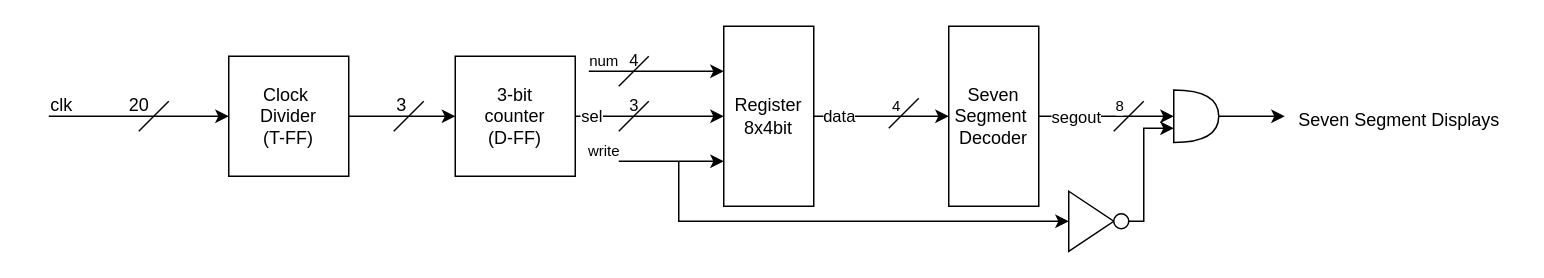
Above: SevenSegmentSeq.drawio in abubakar-lgtm/DSD_2023_Abubakar (draw.io), before the change. Source tidied: cells renumbered, new cells numbered last; positions are measured from the earlier drawing's top-left corner, leaving out a move shared by most shapes. Both pictures are drawn from the tidied source at 150%, with x=0, y=0 at pixel (33, 26).
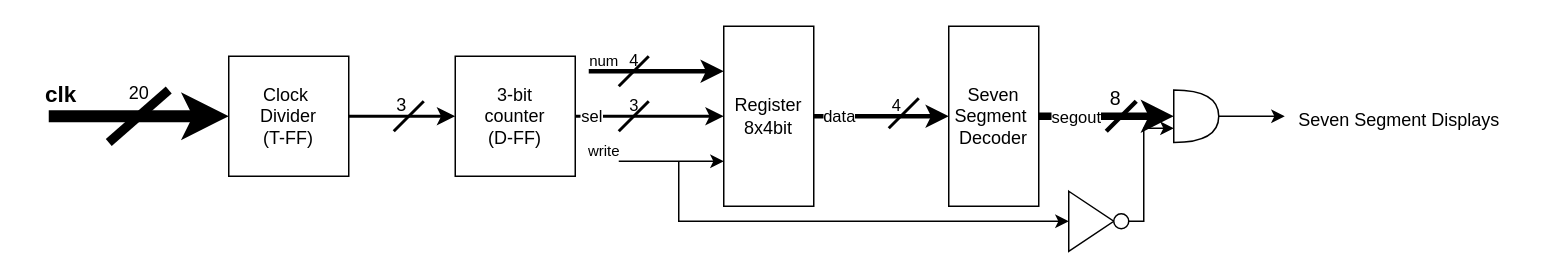
Above is the later version.

Unchanged cells that the change refers to:
```xml
<mxCell id="3" value="Clock&amp;nbsp;&lt;div&gt;Divider&lt;/div&gt;&lt;div&gt;(T-FF)&lt;/div&gt;" style="whiteSpace=wrap;html=1;" parent="1" vertex="1">
  <mxGeometry x="130" y="20" width="80" height="80" as="geometry" />
</mxCell>
<mxCell id="8" value="3-bit&lt;div&gt;counter&lt;/div&gt;&lt;div&gt;(D-FF)&lt;/div&gt;" style="whiteSpace=wrap;html=1;" parent="1" vertex="1">
  <mxGeometry x="281" y="20" width="80" height="80" as="geometry" />
</mxCell>
<mxCell id="11" value="Register&lt;div&gt;8x4bit&lt;/div&gt;" style="rounded=0;whiteSpace=wrap;html=1;direction=south;" parent="1" vertex="1">
  <mxGeometry x="460" width="60" height="120" as="geometry" />
</mxCell>
<mxCell id="26" value="Seven Segment&amp;nbsp;&lt;div&gt;Decoder&lt;/div&gt;" style="rounded=0;whiteSpace=wrap;html=1;direction=south;" parent="1" vertex="1">
  <mxGeometry x="610" width="60" height="120" as="geometry" />
</mxCell>
<mxCell id="33" style="shape=or;whiteSpace=wrap;html=1;" parent="1" vertex="1">
  <mxGeometry x="760" y="42.5" width="30" height="35" as="geometry" />
</mxCell>
```

The edit, as a diff of the source:
```diff
@@
-    <mxCell id="2" style="edgeStyle=orthogonalEdgeStyle;rounded=0;jettySize=auto;html=1;entryX=0;entryY=0.5;entryDx=0;entryDy=0;" parent="1" edge="1" source="3" target="8">
+    <mxCell id="2" style="edgeStyle=orthogonalEdgeStyle;rounded=0;jettySize=auto;html=1;entryX=0;entryY=0.5;entryDx=0;entryDy=0;strokeWidth=2;" parent="1" edge="1" source="3" target="8">
       <mxGeometry relative="1" as="geometry" />
     </mxCell>
@@
-    <mxCell id="4" style="endArrow=classic;html=1;rounded=0;entryX=0;entryY=0.5;entryDx=0;entryDy=0;" parent="1" edge="1" target="3">
+    <mxCell id="4" style="endArrow=classic;html=1;rounded=0;entryX=0;entryY=0.5;entryDx=0;entryDy=0;strokeWidth=8;" parent="1" edge="1" target="3">
       <mxGeometry relative="1" as="geometry">
         <mxPoint x="10" y="60" as="sourcePoint" />
       </mxGeometry>
     </mxCell>
-    <mxCell id="5" value="clk&amp;nbsp;" style="text;html=1;align=center;verticalAlign=middle;strokeColor=none;fillColor=none;" parent="1" vertex="1">
-      <mxGeometry y="38" width="40" height="30" as="geometry" />
+    <mxCell id="5" value="&lt;b&gt;&lt;font style=&quot;font-size: 15px;&quot;&gt;clk&amp;nbsp;&lt;/font&gt;&lt;/b&gt;" style="text;html=1;align=center;verticalAlign=middle;strokeColor=none;fillColor=none;" parent="1" vertex="1">
+      <mxGeometry x="-5" y="30" width="50" height="30" as="geometry" />
     </mxCell>
-    <mxCell id="6" style="edgeStyle=orthogonalEdgeStyle;rounded=0;jettySize=auto;html=1;entryX=0.5;entryY=1;entryDx=0;entryDy=0;" parent="1" edge="1" source="8" target="11">
+    <mxCell id="6" style="edgeStyle=orthogonalEdgeStyle;rounded=0;jettySize=auto;html=1;entryX=0.5;entryY=1;entryDx=0;entryDy=0;strokeWidth=2;" parent="1" edge="1" source="8" target="11">
       <mxGeometry relative="1" as="geometry" />
     </mxCell>
@@
-    <mxCell id="9" style="edgeStyle=orthogonalEdgeStyle;rounded=0;jettySize=auto;html=1;entryX=0.5;entryY=1;entryDx=0;entryDy=0;" parent="1" edge="1" source="11" target="26">
+    <mxCell id="9" style="edgeStyle=orthogonalEdgeStyle;rounded=0;jettySize=auto;html=1;entryX=0.5;entryY=1;entryDx=0;entryDy=0;strokeWidth=3;" parent="1" edge="1" source="11" target="26">
       <mxGeometry relative="1" as="geometry" />
     </mxCell>
@@
-    <mxCell id="12" style="endArrow=none;html=1;rounded=0;" parent="1" edge="1">
+    <mxCell id="12" style="endArrow=none;html=1;rounded=0;strokeWidth=6;" parent="1" edge="1">
       <mxGeometry relative="1" as="geometry">
-        <mxPoint x="90" y="50" as="sourcePoint" />
-        <mxPoint x="70" y="70" as="targetPoint" />
+        <mxPoint x="90" y="42.5" as="sourcePoint" />
+        <mxPoint x="50" y="77.5" as="targetPoint" />
       </mxGeometry>
     </mxCell>
     <mxCell id="13" value="20" style="text;html=1;align=center;verticalAlign=middle;strokeColor=none;fillColor=none;" parent="1" vertex="1">
-      <mxGeometry x="50" y="38" width="40" height="30" as="geometry" />
+      <mxGeometry x="50" y="30" width="40" height="30" as="geometry" />
     </mxCell>
-    <mxCell id="14" style="endArrow=none;html=1;rounded=0;" parent="1" edge="1">
+    <mxCell id="14" style="endArrow=none;html=1;rounded=0;strokeWidth=2;" parent="1" edge="1">
       <mxGeometry relative="1" as="geometry">
         <mxPoint x="260" y="50" as="sourcePoint" />
         <mxPoint x="240" y="70" as="targetPoint" />
       </mxGeometry>
     </mxCell>
@@
-    <mxCell id="18" style="endArrow=classic;html=1;rounded=0;entryX=0.25;entryY=1;entryDx=0;entryDy=0;" parent="1" edge="1" target="11">
+    <mxCell id="18" style="endArrow=classic;html=1;rounded=0;entryX=0.25;entryY=1;entryDx=0;entryDy=0;strokeWidth=3;" parent="1" edge="1" target="11">
       <mxGeometry relative="1" as="geometry">
         <mxPoint x="370" y="30" as="sourcePoint" />
       </mxGeometry>
     </mxCell>
-    <mxCell id="19" style="endArrow=none;html=1;rounded=0;" parent="1" edge="1">
+    <mxCell id="19" style="endArrow=none;html=1;rounded=0;strokeWidth=2;" parent="1" edge="1">
       <mxGeometry relative="1" as="geometry">
         <mxPoint x="410" y="50" as="sourcePoint" />
         <mxPoint x="390" y="70" as="targetPoint" />
       </mxGeometry>
     </mxCell>
@@
-    <mxCell id="23" style="endArrow=none;html=1;rounded=0;" parent="1" edge="1">
+    <mxCell id="23" style="endArrow=none;html=1;rounded=0;strokeWidth=2;" parent="1" edge="1">
       <mxGeometry relative="1" as="geometry">
         <mxPoint x="410" y="20" as="sourcePoint" />
         <mxPoint x="390" y="40" as="targetPoint" />
       </mxGeometry>
     </mxCell>
-    <mxCell id="24" style="edgeStyle=orthogonalEdgeStyle;rounded=0;jettySize=auto;html=1;" parent="1" edge="1" source="26" target="33">
+    <mxCell id="24" style="edgeStyle=orthogonalEdgeStyle;rounded=0;jettySize=auto;html=1;fontSize=11;strokeWidth=5;" parent="1" edge="1" source="26" target="33">
       <mxGeometry relative="1" as="geometry" />
     </mxCell>
@@
-    <mxCell id="27" style="endArrow=none;html=1;rounded=0;" parent="1" edge="1">
+    <mxCell id="27" style="endArrow=none;html=1;rounded=0;strokeWidth=2;" parent="1" edge="1">
       <mxGeometry relative="1" as="geometry">
         <mxPoint x="590" y="48" as="sourcePoint" />
         <mxPoint x="570" y="68" as="targetPoint" />
       </mxGeometry>
     </mxCell>
-    <mxCell id="28" value="&lt;font size=&quot;1&quot;&gt;4&lt;/font&gt;" style="text;html=1;align=center;verticalAlign=middle;strokeColor=none;fillColor=none;" parent="1" vertex="1">
+    <mxCell id="28" value="&lt;font style=&quot;font-size: 11px;&quot;&gt;4&lt;/font&gt;" style="text;html=1;align=center;verticalAlign=middle;strokeColor=none;fillColor=none;" parent="1" vertex="1">
       <mxGeometry x="560" y="38" width="30" height="30" as="geometry" />
     </mxCell>
-    <mxCell id="29" style="endArrow=none;html=1;rounded=0;" parent="1" edge="1">
+    <mxCell id="29" style="endArrow=none;html=1;rounded=0;strokeWidth=3;" parent="1" edge="1">
       <mxGeometry relative="1" as="geometry">
-        <mxPoint x="740" y="50" as="sourcePoint" />
-        <mxPoint x="720" y="70" as="targetPoint" />
+        <mxPoint x="735" y="50" as="sourcePoint" />
+        <mxPoint x="715" y="70" as="targetPoint" />
       </mxGeometry>
     </mxCell>
-    <mxCell id="30" value="&lt;font style=&quot;font-size: 10px;&quot;&gt;8&lt;/font&gt;" style="edgeLabel;html=1;align=center;verticalAlign=middle;" parent="29" vertex="1">
+    <mxCell id="30" value="&lt;font style=&quot;font-size: 13px;&quot;&gt;8&lt;/font&gt;" style="edgeLabel;html=1;align=center;verticalAlign=middle;" parent="29" vertex="1">
       <mxGeometry x="-0.05" y="-11" relative="1" as="geometry">
-        <mxPoint y="1" as="offset" />
+        <mxPoint x="2" y="-4" as="offset" />
       </mxGeometry>
     </mxCell>
```
